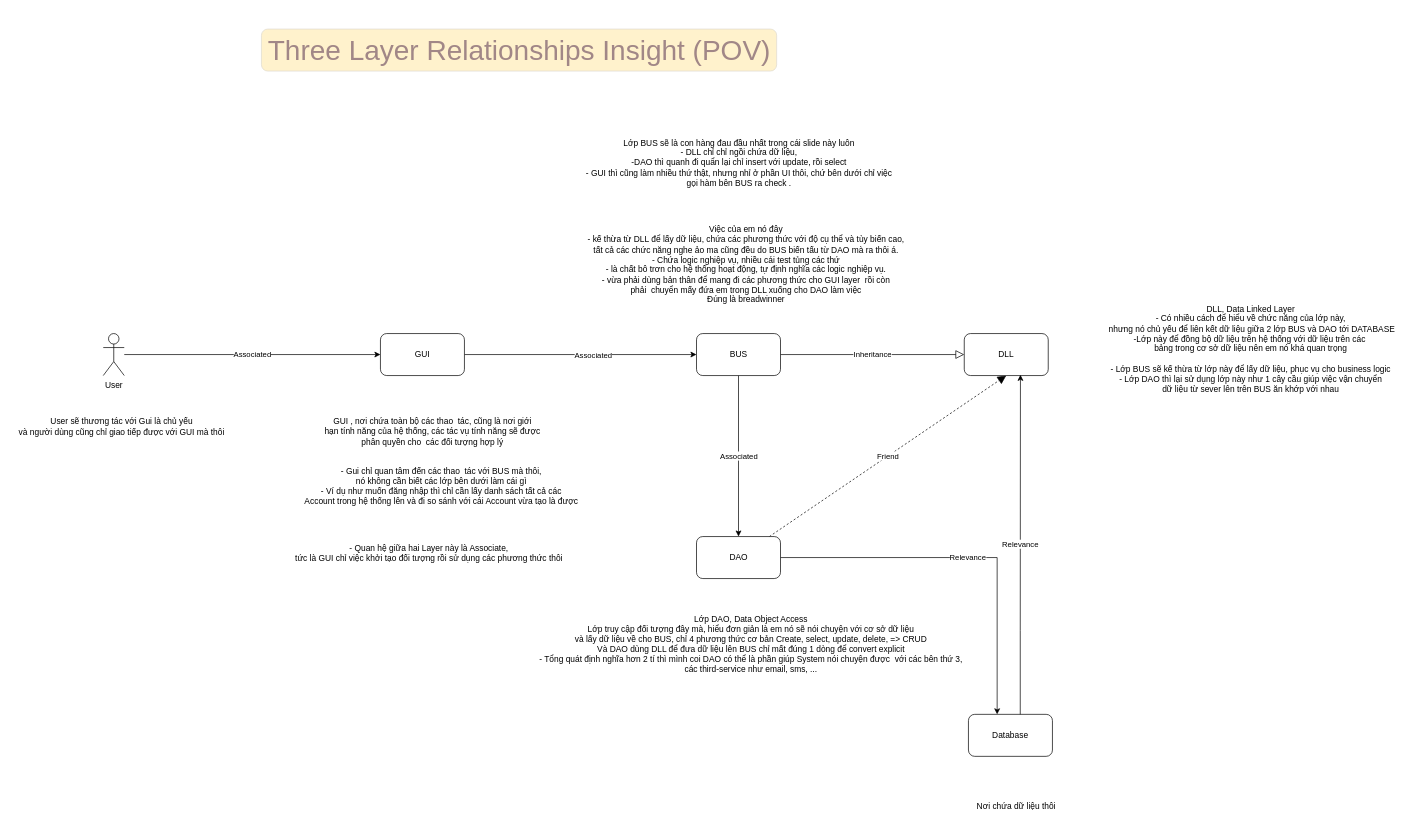
Above: page "three-layer" (7 of 7) of Designed Diagram/diagram.drawio in lovecrushfamily/LovE-Commerce-v0.0.2 (draw.io), before the change. Source tidied: cells renumbered, new cells numbered last; positions are measured from the earlier drawing's top-left corner, leaving out a move shared by most shapes. Both pictures are drawn from the tidied source at 70%, with x=0, y=0 at pixel (12, 29).
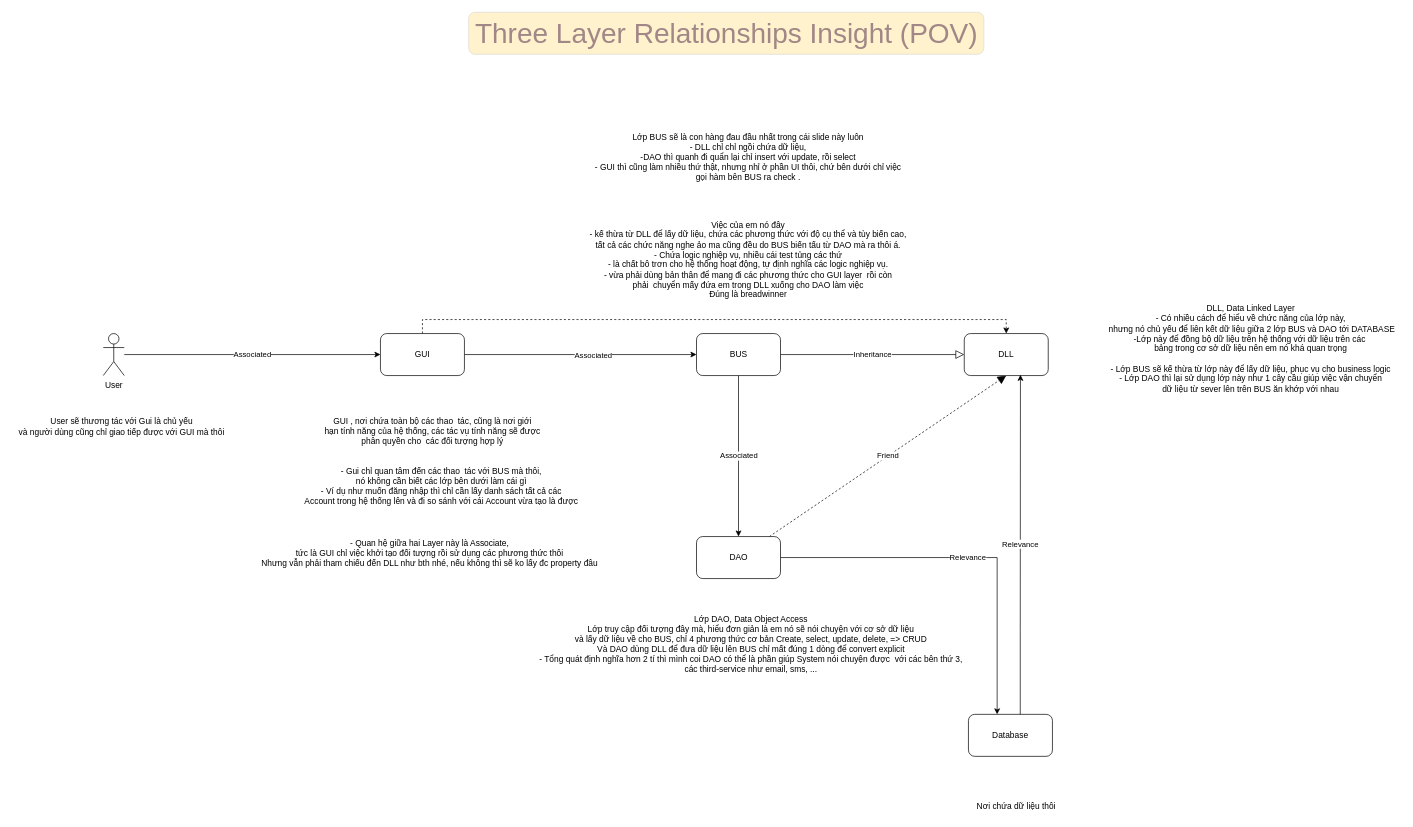
The same page after the edit.

The change refers to these unchanged cells:
```xml
<mxCell id="10" value="GUI" style="rounded=1;whiteSpace=wrap;html=1;" parent="1" vertex="1">
  <mxGeometry x="526" y="435" width="120" height="60" as="geometry" />
</mxCell>
<mxCell id="11" value="DLL" style="rounded=1;whiteSpace=wrap;html=1;" parent="1" vertex="1">
  <mxGeometry x="1360" y="435" width="120" height="60" as="geometry" />
</mxCell>
```

What changed in the source:
```diff
@@
+    <mxCell id="26" style="edgeStyle=orthogonalEdgeStyle;rounded=0;jettySize=auto;html=1;entryX=0.5;entryY=0;entryDx=0;entryDy=0;dashed=1;" parent="1" edge="1" source="10" target="11">
+      <mxGeometry relative="1" as="geometry">
+        <Array as="points">
+          <mxPoint x="586" y="415" />
+          <mxPoint x="1420" y="415" />
+        </Array>
+      </mxGeometry>
+    </mxCell>
@@
     <mxCell id="14" value="&lt;font style=&quot;font-size: 40px;&quot;&gt;Three Layer Relationships Insight (POV)&lt;/font&gt;" style="text;html=1;align=center;verticalAlign=middle;strokeColor=#dedace;fillColor=#fff2cc;rounded=1;fontColor=#a18787;" parent="1" vertex="1">
-      <mxGeometry x="356" width="736" height="60" as="geometry" />
+      <mxGeometry x="652" y="-24" width="736" height="60" as="geometry" />
     </mxCell>
@@
-    <mxCell id="18" value="- Quan hệ giữa hai Layer này là Associate,&lt;div&gt;tức là GUI chỉ việc khởi tạo đối tượng rồi sử dụng các phương thức thôi&lt;/div&gt;" style="text;html=1;align=center;verticalAlign=middle;strokeColor=none;fillColor=none;" parent="1" vertex="1">
-      <mxGeometry x="395" y="728" width="400" height="41" as="geometry" />
+    <mxCell id="18" value="- Quan hệ giữa hai Layer này là Associate,&lt;div&gt;tức là GUI chỉ việc khởi tạo đối tượng rồi sử dụng các phương thức thôi&lt;/div&gt;&lt;div&gt;Nhưng vẫn phải tham chiếu đến DLL như bth nhé, nếu không thì sẽ ko lấy đc property đâu&lt;/div&gt;" style="text;html=1;align=center;verticalAlign=middle;strokeColor=none;fillColor=none;" parent="1" vertex="1">
+      <mxGeometry x="346" y="721" width="499" height="55" as="geometry" />
     </mxCell>
@@
     <mxCell id="21" value="Lớp BUS sẽ là con hàng đau đầu nhất trong cái slide này luôn&lt;div&gt;- DLL chỉ chỉ ngồi chứa dữ liệu,&lt;/div&gt;&lt;div&gt;-DAO thì quanh đi quẩn lại chỉ insert với update, rồi select&lt;/div&gt;&lt;div&gt;- GUI thì cũng làm nhiều thứ thật, nhưng nhỉ ở phần UI thôi, chứ bên dưới chỉ việc&lt;/div&gt;&lt;div&gt;gọi hàm bên BUS ra check .&lt;/div&gt;" style="text;html=1;align=center;verticalAlign=middle;strokeColor=none;fillColor=none;" parent="1" vertex="1">
-      <mxGeometry x="810" y="149" width="455" height="84" as="geometry" />
+      <mxGeometry x="823" y="141" width="455" height="84" as="geometry" />
     </mxCell>
     <mxCell id="22" value="Việc của em nó đây&lt;div&gt;- kế thừa từ DLL để lấy dữ liệu, chứa các phương thức với độ cụ thể và tùy biến cao,&lt;/div&gt;&lt;div&gt;tất cả các chức năng nghe ảo ma cũng đều do BUS biến tấu từ DAO mà ra thôi á.&lt;/div&gt;&lt;div&gt;- Chứa logic nghiệp vụ, nhiều cái test tủng các thứ&lt;/div&gt;&lt;div&gt;- là chất bô trơn cho hệ thống hoạt động, tự định nghĩa các logic nghiệp vụ.&lt;/div&gt;&lt;div&gt;- vừa phải dùng bản thân để mang đi các phương thức cho GUI layer&amp;nbsp; rồi còn&lt;/div&gt;&lt;div&gt;phải&amp;nbsp; chuyển mấy đứa em trong DLL xuống cho DAO làm việc&lt;/div&gt;&lt;div&gt;Đúng là breadwinner&lt;/div&gt;&lt;div&gt;&lt;br&gt;&lt;/div&gt;" style="text;html=1;align=center;verticalAlign=middle;strokeColor=none;fillColor=none;horizontal=1;" parent="1" vertex="1">
-      <mxGeometry x="813" y="273" width="470" height="142" as="geometry" />
+      <mxGeometry x="815.5" y="266" width="470" height="142" as="geometry" />
     </mxCell>
```
